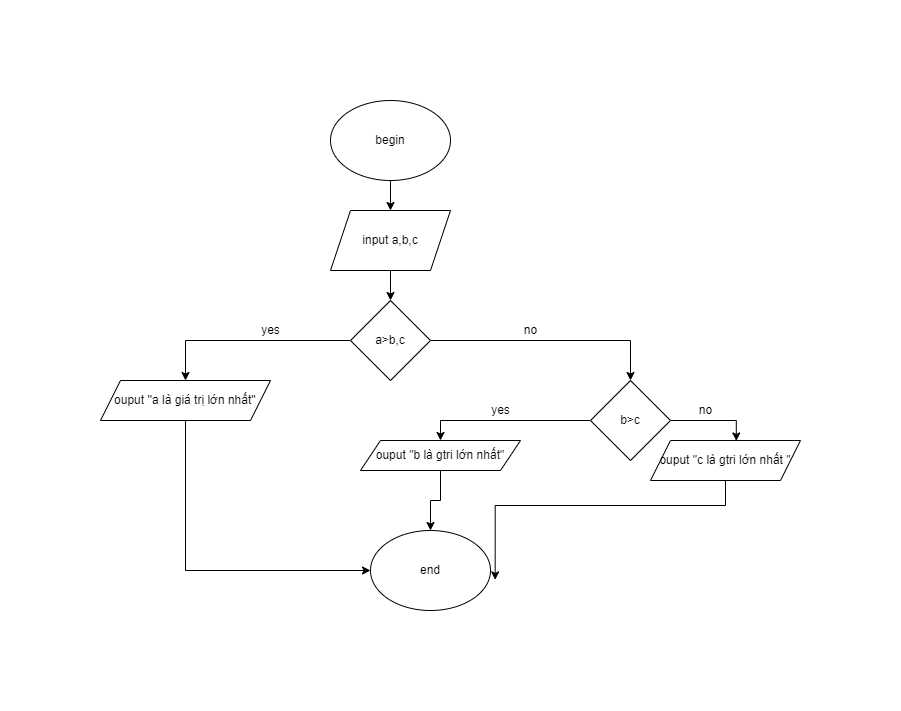
Above: Mô tả thuật toán tìm giá trị lớn nhất trong 3 số/ma-gia-luu-do.png in vovantin2002/C0123G1-V-V-n-T-n (draw.io), before the change. Source tidied: cells renumbered, new cells last; positions are measured from the earlier drawing's top-left corner, leaving out a move shared by most shapes.
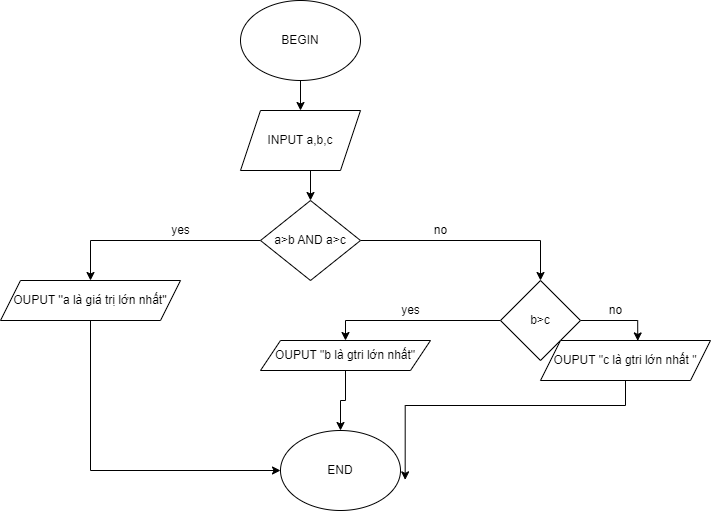
After the commit.

Diff of the diagram source:
```diff
@@ -5,13 +5,13 @@
     <mxCell id="2" style="edgeStyle=orthogonalEdgeStyle;rounded=0;jettySize=auto;html=1;exitX=0.5;exitY=1;exitDx=0;exitDy=0;entryX=0.5;entryY=0;entryDx=0;entryDy=0;" parent="1" edge="1" source="3" target="5">
       <mxGeometry relative="1" as="geometry" />
     </mxCell>
-    <mxCell id="3" value="begin" style="ellipse;whiteSpace=wrap;html=1;" parent="1" vertex="1">
+    <mxCell id="3" value="BEGIN" style="ellipse;whiteSpace=wrap;html=1;" parent="1" vertex="1">
       <mxGeometry x="230" width="120" height="80" as="geometry" />
     </mxCell>
     <mxCell id="4" style="edgeStyle=orthogonalEdgeStyle;rounded=0;jettySize=auto;html=1;exitX=0.5;exitY=1;exitDx=0;exitDy=0;entryX=0.5;entryY=0;entryDx=0;entryDy=0;" parent="1" edge="1" source="5" target="8">
       <mxGeometry relative="1" as="geometry" />
     </mxCell>
-    <mxCell id="5" value="input a,b,c" style="shape=parallelogram;perimeter=parallelogramPerimeter;whiteSpace=wrap;html=1;fixedSize=1;" parent="1" vertex="1">
+    <mxCell id="5" value="INPUT a,b,c" style="shape=parallelogram;perimeter=parallelogramPerimeter;whiteSpace=wrap;html=1;fixedSize=1;" parent="1" vertex="1">
       <mxGeometry x="230" y="110" width="120" height="60" as="geometry" />
     </mxCell>
     <mxCell id="6" style="edgeStyle=orthogonalEdgeStyle;rounded=0;jettySize=auto;html=1;exitX=0;exitY=0.5;exitDx=0;exitDy=0;entryX=0.5;entryY=0;entryDx=0;entryDy=0;" parent="1" edge="1" source="8" target="10">
@@ -20,14 +20,14 @@
     <mxCell id="7" style="edgeStyle=orthogonalEdgeStyle;rounded=0;jettySize=auto;html=1;exitX=1;exitY=0.5;exitDx=0;exitDy=0;entryX=0.5;entryY=0;entryDx=0;entryDy=0;" parent="1" edge="1" source="8" target="13">
       <mxGeometry relative="1" as="geometry" />
     </mxCell>
-    <mxCell id="8" value="a&amp;gt;b,c" style="rhombus;whiteSpace=wrap;html=1;" parent="1" vertex="1">
-      <mxGeometry x="250" y="200" width="80" height="80" as="geometry" />
+    <mxCell id="8" value="a&amp;gt;b AND a&amp;gt;c" style="rhombus;whiteSpace=wrap;html=1;" parent="1" vertex="1">
+      <mxGeometry x="250" y="200" width="100" height="80" as="geometry" />
     </mxCell>
     <mxCell id="9" style="edgeStyle=orthogonalEdgeStyle;rounded=0;jettySize=auto;html=1;exitX=0.5;exitY=1;exitDx=0;exitDy=0;entryX=0;entryY=0.5;entryDx=0;entryDy=0;" parent="1" edge="1" source="10" target="18">
       <mxGeometry relative="1" as="geometry" />
     </mxCell>
-    <mxCell id="10" value="ouput ''a là giá trị lớn nhất''" style="shape=parallelogram;perimeter=parallelogramPerimeter;whiteSpace=wrap;html=1;fixedSize=1;" parent="1" vertex="1">
-      <mxGeometry y="280" width="170" height="40" as="geometry" />
+    <mxCell id="10" value="OUPUT ''a là giá trị lớn nhất''" style="shape=parallelogram;perimeter=parallelogramPerimeter;whiteSpace=wrap;html=1;fixedSize=1;" parent="1" vertex="1">
+      <mxGeometry x="-10" y="280" width="180" height="40" as="geometry" />
     </mxCell>
     <mxCell id="11" style="edgeStyle=orthogonalEdgeStyle;rounded=0;jettySize=auto;html=1;exitX=0;exitY=0.5;exitDx=0;exitDy=0;entryX=0.5;entryY=0;entryDx=0;entryDy=0;" parent="1" edge="1" source="13" target="15">
       <mxGeometry relative="1" as="geometry" />
@@ -41,16 +41,16 @@
     <mxCell id="14" style="edgeStyle=orthogonalEdgeStyle;rounded=0;jettySize=auto;html=1;" parent="1" edge="1" source="15" target="18">
       <mxGeometry relative="1" as="geometry" />
     </mxCell>
-    <mxCell id="15" value="ouput &quot;b là gtri lớn nhất&quot;" style="shape=parallelogram;perimeter=parallelogramPerimeter;whiteSpace=wrap;html=1;fixedSize=1;" parent="1" vertex="1">
-      <mxGeometry x="260" y="340" width="160" height="30" as="geometry" />
+    <mxCell id="15" value="OUPUT &quot;b là gtri lớn nhất&quot;" style="shape=parallelogram;perimeter=parallelogramPerimeter;whiteSpace=wrap;html=1;fixedSize=1;" parent="1" vertex="1">
+      <mxGeometry x="250" y="340" width="170" height="30" as="geometry" />
     </mxCell>
     <mxCell id="16" style="edgeStyle=orthogonalEdgeStyle;rounded=0;jettySize=auto;html=1;exitX=0.5;exitY=1;exitDx=0;exitDy=0;entryX=1.039;entryY=0.617;entryDx=0;entryDy=0;entryPerimeter=0;" parent="1" edge="1" source="17" target="18">
       <mxGeometry relative="1" as="geometry" />
     </mxCell>
-    <mxCell id="17" value="ouput &quot;c là gtri lớn nhất &quot;" style="shape=parallelogram;perimeter=parallelogramPerimeter;whiteSpace=wrap;html=1;fixedSize=1;" parent="1" vertex="1">
-      <mxGeometry x="550" y="340" width="150" height="40" as="geometry" />
+    <mxCell id="17" value="OUPUT &quot;c là gtri lớn nhất &quot;" style="shape=parallelogram;perimeter=parallelogramPerimeter;whiteSpace=wrap;html=1;fixedSize=1;" parent="1" vertex="1">
+      <mxGeometry x="530" y="340" width="170" height="40" as="geometry" />
     </mxCell>
-    <mxCell id="18" value="end" style="ellipse;whiteSpace=wrap;html=1;" parent="1" vertex="1">
+    <mxCell id="18" value="END" style="ellipse;whiteSpace=wrap;html=1;" parent="1" vertex="1">
       <mxGeometry x="270" y="430" width="120" height="80" as="geometry" />
     </mxCell>
     <mxCell id="19" value="yes" style="text;html=1;align=center;verticalAlign=middle;strokeColor=none;fillColor=none;" parent="1" vertex="1">
```
